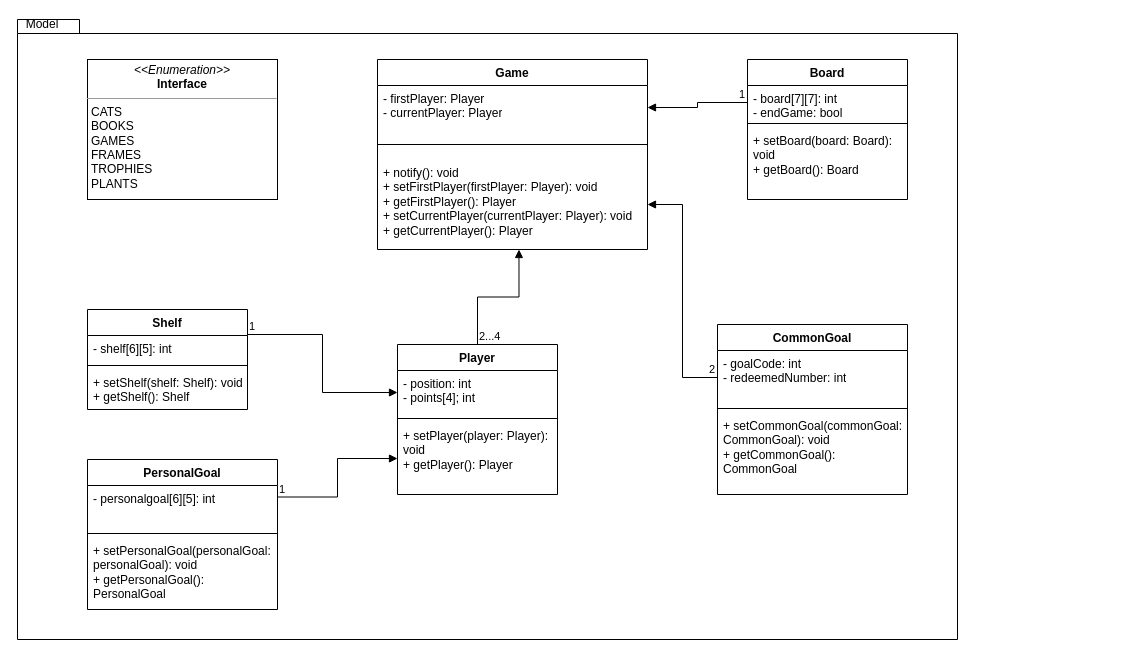
Luisi-Parsani-Simoncini-Zanardi/ing-sw-2023-luisi-parsani-simoncini-zanardi keeps this draw.io diagram as InitialUML.drawio. Above is the earlier version. Source tidied: cells renumbered, new cells numbered last; positions are measured from the earlier drawing's top-left corner, leaving out a move shared by most shapes. Both pictures are drawn from the tidied source at 100%, with x=0, y=0 at pixel (17, 19).
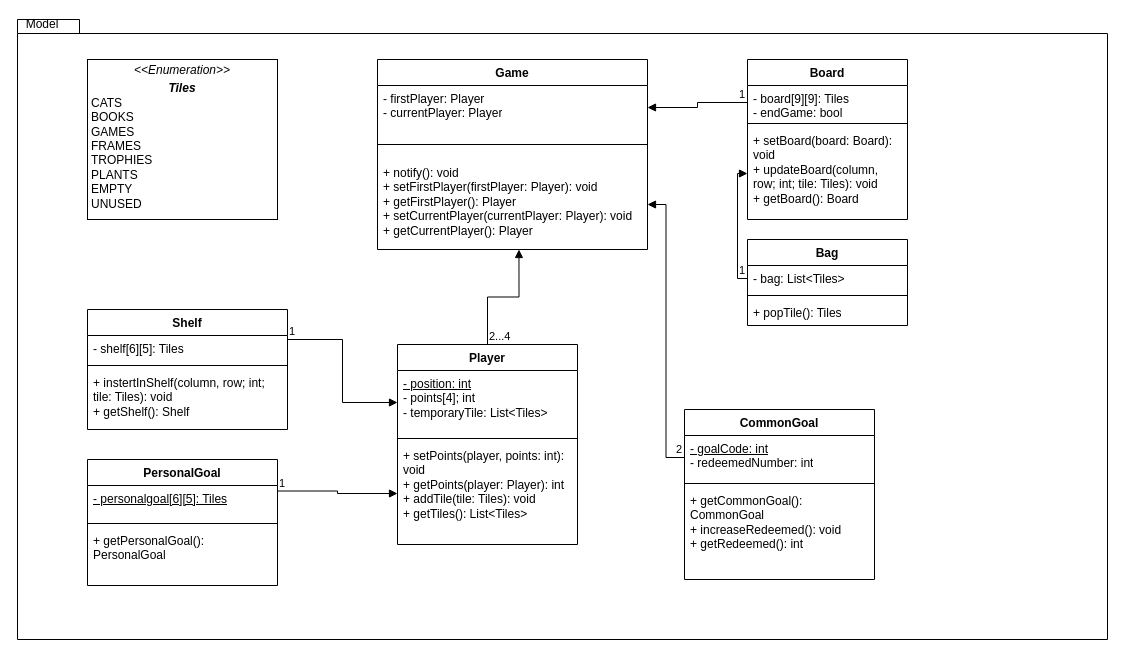
The same diagram, later.

Diff of the diagram source:
```diff
@@
+    <mxCell id="38" style="shape=folder;fontStyle=1;spacingTop=10;tabWidth=40;tabHeight=14;tabPosition=left;html=1;whiteSpace=wrap;fillColor=none;" parent="1" vertex="1">
+      <mxGeometry width="1090" height="620" as="geometry" />
+    </mxCell>
@@
     <mxCell id="6" value="Board" style="swimlane;fontStyle=1;align=center;verticalAlign=top;horizontal=1;startSize=26;whiteSpace=wrap;html=1;" parent="1" vertex="1">
-      <mxGeometry x="730" y="40" width="160" height="140" as="geometry" />
+      <mxGeometry x="730" y="40" width="160" height="160" as="geometry" />
     </mxCell>
-    <mxCell id="7" value="- board[7][7]: int&lt;br&gt;- endGame: bool" style="text;strokeColor=none;fillColor=none;align=left;verticalAlign=top;spacingLeft=4;spacingRight=4;overflow=hidden;points=[[0,0.5],[1,0.5]];portConstraint=eastwest;whiteSpace=wrap;html=1;" parent="6" vertex="1">
+    <mxCell id="7" value="- board[9][9]: Tiles&lt;br&gt;- endGame: bool" style="text;strokeColor=none;fillColor=none;align=left;verticalAlign=top;spacingLeft=4;spacingRight=4;overflow=hidden;points=[[0,0.5],[1,0.5]];portConstraint=eastwest;whiteSpace=wrap;html=1;" parent="6" vertex="1">
       <mxGeometry y="26" width="160" height="34" as="geometry" />
     </mxCell>
@@
-    <mxCell id="9" value="+ setBoard(board: Board): void&lt;br style=&quot;border-color: var(--border-color);&quot;&gt;+ getBoard(): Board" style="text;strokeColor=none;fillColor=none;align=left;verticalAlign=top;spacingLeft=4;spacingRight=4;overflow=hidden;points=[[0,0.5],[1,0.5]];portConstraint=eastwest;whiteSpace=wrap;html=1;" parent="6" vertex="1">
-      <mxGeometry y="68" width="160" height="72" as="geometry" />
+    <mxCell id="9" value="+ setBoard(board: Board): void&lt;br&gt;+ updateBoard(column, row; int; tile: Tiles): void&lt;br style=&quot;border-color: var(--border-color);&quot;&gt;+ getBoard(): Board" style="text;strokeColor=none;fillColor=none;align=left;verticalAlign=top;spacingLeft=4;spacingRight=4;overflow=hidden;points=[[0,0.5],[1,0.5]];portConstraint=eastwest;whiteSpace=wrap;html=1;" parent="6" vertex="1">
+      <mxGeometry y="68" width="160" height="92" as="geometry" />
     </mxCell>
@@
     <mxCell id="12" value="Shelf" style="swimlane;fontStyle=1;align=center;verticalAlign=top;horizontal=1;startSize=26;whiteSpace=wrap;html=1;" parent="1" vertex="1">
-      <mxGeometry x="70" y="290" width="160" height="100" as="geometry" />
+      <mxGeometry x="70" y="290" width="200" height="120" as="geometry" />
     </mxCell>
-    <mxCell id="13" value="- shelf[6][5]: int" style="text;strokeColor=none;fillColor=none;align=left;verticalAlign=top;spacingLeft=4;spacingRight=4;overflow=hidden;whiteSpace=wrap;html=1;" parent="12" vertex="1">
-      <mxGeometry y="26" width="160" height="26" as="geometry" />
+    <mxCell id="13" value="- shelf[6][5]: Tiles" style="text;strokeColor=none;fillColor=none;align=left;verticalAlign=top;spacingLeft=4;spacingRight=4;overflow=hidden;whiteSpace=wrap;html=1;" parent="12" vertex="1">
+      <mxGeometry y="26" width="200" height="26" as="geometry" />
     </mxCell>
     <mxCell id="14" style="line;strokeWidth=1;fillColor=none;align=left;verticalAlign=middle;spacingTop=-1;spacingLeft=3;spacingRight=3;labelPosition=right;strokeColor=inherit;" parent="12" vertex="1">
-      <mxGeometry y="52" width="160" height="8" as="geometry" />
+      <mxGeometry y="52" width="200" height="8" as="geometry" />
     </mxCell>
-    <mxCell id="15" value="+ setShelf(shelf: Shelf): void&lt;br style=&quot;border-color: var(--border-color);&quot;&gt;+ getShelf(): Shelf" style="text;strokeColor=none;fillColor=none;align=left;verticalAlign=top;spacingLeft=4;spacingRight=4;overflow=hidden;whiteSpace=wrap;html=1;" parent="12" vertex="1">
-      <mxGeometry y="60" width="160" height="40" as="geometry" />
+    <mxCell id="15" value="+ instertInShelf(column, row; int; tile: Tiles): void&lt;br style=&quot;border-color: var(--border-color);&quot;&gt;+ getShelf(): Shelf" style="text;strokeColor=none;fillColor=none;align=left;verticalAlign=top;spacingLeft=4;spacingRight=4;overflow=hidden;whiteSpace=wrap;html=1;" parent="12" vertex="1">
+      <mxGeometry y="60" width="200" height="60" as="geometry" />
     </mxCell>
@@
     <mxCell id="18" value="PersonalGoal" style="swimlane;fontStyle=1;align=center;verticalAlign=top;horizontal=1;startSize=26;whiteSpace=wrap;html=1;" parent="1" vertex="1">
-      <mxGeometry x="70" y="440" width="190" height="150" as="geometry" />
+      <mxGeometry x="70" y="440" width="190" height="126" as="geometry" />
     </mxCell>
-    <mxCell id="19" value="- personalgoal[6][5]: int" style="text;strokeColor=none;fillColor=none;align=left;verticalAlign=top;spacingLeft=4;spacingRight=4;overflow=hidden;whiteSpace=wrap;html=1;" parent="18" vertex="1">
-      <mxGeometry y="26" width="190" height="44" as="geometry" />
+    <mxCell id="19" value="&lt;u&gt;- personalgoal[6][5]: Tiles&lt;/u&gt;" style="text;strokeColor=none;fillColor=none;align=left;verticalAlign=top;spacingLeft=4;spacingRight=4;overflow=hidden;whiteSpace=wrap;html=1;" parent="18" vertex="1">
+      <mxGeometry y="26" width="190" height="34" as="geometry" />
     </mxCell>
     <mxCell id="20" style="line;strokeWidth=1;fillColor=none;align=left;verticalAlign=middle;spacingTop=-1;spacingLeft=3;spacingRight=3;labelPosition=right;strokeColor=inherit;" parent="18" vertex="1">
-      <mxGeometry y="70" width="190" height="8" as="geometry" />
+      <mxGeometry y="60" width="190" height="8" as="geometry" />
     </mxCell>
-    <mxCell id="21" value="+ setPersonalGoal(personalGoal: personalGoal): void&lt;br style=&quot;border-color: var(--border-color);&quot;&gt;+ getPersonalGoal(): PersonalGoal" style="text;strokeColor=none;fillColor=none;align=left;verticalAlign=top;spacingLeft=4;spacingRight=4;overflow=hidden;whiteSpace=wrap;html=1;" parent="18" vertex="1">
-      <mxGeometry y="78" width="190" height="72" as="geometry" />
+    <mxCell id="21" value="+ getPersonalGoal(): PersonalGoal" style="text;strokeColor=none;fillColor=none;align=left;verticalAlign=top;spacingLeft=4;spacingRight=4;overflow=hidden;whiteSpace=wrap;html=1;" parent="18" vertex="1">
+      <mxGeometry y="68" width="190" height="58" as="geometry" />
     </mxCell>
@@
     <mxCell id="24" value="CommonGoal" style="swimlane;fontStyle=1;align=center;verticalAlign=top;horizontal=1;startSize=26;whiteSpace=wrap;html=1;" parent="1" vertex="1">
-      <mxGeometry x="700" y="305" width="190" height="170" as="geometry" />
+      <mxGeometry x="667" y="390" width="190" height="170" as="geometry" />
     </mxCell>
-    <mxCell id="25" value="- goalCode: int&lt;br&gt;- redeemedNumber: int" style="text;strokeColor=none;fillColor=none;align=left;verticalAlign=top;spacingLeft=4;spacingRight=4;overflow=hidden;points=[[0,0.5],[1,0.5]];portConstraint=eastwest;whiteSpace=wrap;html=1;" parent="24" vertex="1">
-      <mxGeometry y="26" width="190" height="54" as="geometry" />
+    <mxCell id="25" value="&lt;u&gt;- goalCode: int&lt;/u&gt;&lt;br&gt;- redeemedNumber: int" style="text;strokeColor=none;fillColor=none;align=left;verticalAlign=top;spacingLeft=4;spacingRight=4;overflow=hidden;points=[[0,0.5],[1,0.5]];portConstraint=eastwest;whiteSpace=wrap;html=1;" parent="24" vertex="1">
+      <mxGeometry y="26" width="190" height="44" as="geometry" />
     </mxCell>
     <mxCell id="26" style="line;strokeWidth=1;fillColor=none;align=left;verticalAlign=middle;spacingTop=-1;spacingLeft=3;spacingRight=3;labelPosition=right;strokeColor=inherit;" parent="24" vertex="1">
-      <mxGeometry y="80" width="190" height="8" as="geometry" />
+      <mxGeometry y="70" width="190" height="8" as="geometry" />
     </mxCell>
-    <mxCell id="27" value="+ setCommonGoal(commonGoal: CommonGoal): void&lt;br style=&quot;border-color: var(--border-color);&quot;&gt;+ getCommonGoal(): CommonGoal" style="text;strokeColor=none;fillColor=none;align=left;verticalAlign=top;spacingLeft=4;spacingRight=4;overflow=hidden;whiteSpace=wrap;html=1;" parent="24" vertex="1">
-      <mxGeometry y="88" width="190" height="82" as="geometry" />
+    <mxCell id="27" value="+ getCommonGoal(): CommonGoal&lt;br&gt;+ increaseRedeemed(): void&lt;br style=&quot;border-color: var(--border-color);&quot;&gt;+ getRedeemed(): int" style="text;strokeColor=none;fillColor=none;align=left;verticalAlign=top;spacingLeft=4;spacingRight=4;overflow=hidden;whiteSpace=wrap;html=1;" parent="24" vertex="1">
+      <mxGeometry y="78" width="190" height="92" as="geometry" />
     </mxCell>
@@
     <mxCell id="30" value="Player" style="swimlane;fontStyle=1;align=center;verticalAlign=top;horizontal=1;startSize=26;whiteSpace=wrap;html=1;" parent="1" vertex="1">
-      <mxGeometry x="380" y="325" width="160" height="150" as="geometry" />
+      <mxGeometry x="380" y="325" width="180" height="200" as="geometry" />
     </mxCell>
@@
-    <mxCell id="32" value="- position: int&lt;br&gt;- points[4]; int" style="text;strokeColor=none;fillColor=none;align=left;verticalAlign=top;spacingLeft=4;spacingRight=4;overflow=hidden;points=[[0,0.5],[1,0.5]];portConstraint=eastwest;whiteSpace=wrap;html=1;" parent="30" vertex="1">
-      <mxGeometry y="26" width="160" height="44" as="geometry" />
+    <mxCell id="32" value="&lt;u&gt;- position: int&lt;/u&gt;&lt;br&gt;- points[4]; int&lt;br&gt;- temporaryTile: List&amp;lt;Tiles&amp;gt;&amp;nbsp;&amp;nbsp;" style="text;strokeColor=none;fillColor=none;align=left;verticalAlign=top;spacingLeft=4;spacingRight=4;overflow=hidden;points=[[0,0.5],[1,0.5]];portConstraint=eastwest;whiteSpace=wrap;html=1;" parent="30" vertex="1">
+      <mxGeometry y="26" width="180" height="64" as="geometry" />
     </mxCell>
     <mxCell id="33" style="line;strokeWidth=1;fillColor=none;align=left;verticalAlign=middle;spacingTop=-1;spacingLeft=3;spacingRight=3;labelPosition=right;strokeColor=inherit;" parent="30" vertex="1">
-      <mxGeometry y="70" width="160" height="8" as="geometry" />
+      <mxGeometry y="90" width="180" height="8" as="geometry" />
     </mxCell>
-    <mxCell id="34" value="+ setPlayer(player: Player): void&lt;br style=&quot;border-color: var(--border-color);&quot;&gt;+ getPlayer(): Player" style="text;strokeColor=none;fillColor=none;align=left;verticalAlign=top;spacingLeft=4;spacingRight=4;overflow=hidden;points=[[0,0.5],[1,0.5]];portConstraint=eastwest;whiteSpace=wrap;html=1;" parent="30" vertex="1">
-      <mxGeometry y="78" width="160" height="72" as="geometry" />
+    <mxCell id="34" value="+ setPoints(player, points: int): void&lt;br style=&quot;border-color: var(--border-color);&quot;&gt;+ getPoints(player: Player): int&lt;br&gt;+ addTile(tile: Tiles): void&lt;br style=&quot;border-color: var(--border-color);&quot;&gt;+ getTiles(): List&amp;lt;Tiles&amp;gt;" style="text;strokeColor=none;fillColor=none;align=left;verticalAlign=top;spacingLeft=4;spacingRight=4;overflow=hidden;points=[[0,0.5],[1,0.5]];portConstraint=eastwest;whiteSpace=wrap;html=1;" parent="30" vertex="1">
+      <mxGeometry y="98" width="180" height="102" as="geometry" />
     </mxCell>
@@
-    <mxCell id="37" value="&lt;p style=&quot;margin:0px;margin-top:4px;text-align:center;&quot;&gt;&lt;i&gt;&amp;lt;&amp;lt;Enumeration&amp;gt;&amp;gt;&lt;/i&gt;&lt;br&gt;&lt;b&gt;Interface&lt;/b&gt;&lt;/p&gt;&lt;hr size=&quot;1&quot;&gt;&lt;p style=&quot;margin:0px;margin-left:4px;&quot;&gt;CATS&lt;/p&gt;&lt;p style=&quot;margin:0px;margin-left:4px;&quot;&gt;BOOKS&lt;/p&gt;&lt;p style=&quot;margin:0px;margin-left:4px;&quot;&gt;GAMES&lt;/p&gt;&lt;p style=&quot;margin:0px;margin-left:4px;&quot;&gt;FRAMES&lt;/p&gt;&lt;p style=&quot;margin:0px;margin-left:4px;&quot;&gt;TROPHIES&lt;/p&gt;&lt;p style=&quot;margin:0px;margin-left:4px;&quot;&gt;PLANTS&lt;/p&gt;" style="verticalAlign=top;align=left;overflow=fill;fontSize=12;fontFamily=Helvetica;html=1;whiteSpace=wrap;" parent="1" vertex="1">
-      <mxGeometry x="70" y="40" width="190" height="140" as="geometry" />
+    <mxCell id="37" value="&lt;p style=&quot;margin:0px;margin-top:4px;text-align:center;&quot;&gt;&lt;i&gt;&amp;lt;&amp;lt;Enumeration&amp;gt;&amp;gt;&lt;/i&gt;&lt;/p&gt;&lt;p style=&quot;margin:0px;margin-top:4px;text-align:center;&quot;&gt;&lt;i&gt;&lt;b&gt;Tiles&lt;/b&gt;&lt;/i&gt;&lt;br&gt;&lt;/p&gt;&lt;p style=&quot;margin:0px;margin-left:4px;&quot;&gt;CATS&lt;/p&gt;&lt;p style=&quot;margin:0px;margin-left:4px;&quot;&gt;BOOKS&lt;/p&gt;&lt;p style=&quot;margin:0px;margin-left:4px;&quot;&gt;GAMES&lt;/p&gt;&lt;p style=&quot;margin:0px;margin-left:4px;&quot;&gt;FRAMES&lt;/p&gt;&lt;p style=&quot;margin:0px;margin-left:4px;&quot;&gt;TROPHIES&lt;/p&gt;&lt;p style=&quot;margin:0px;margin-left:4px;&quot;&gt;PLANTS&lt;/p&gt;&lt;p style=&quot;margin:0px;margin-left:4px;&quot;&gt;EMPTY&lt;/p&gt;&lt;p style=&quot;margin:0px;margin-left:4px;&quot;&gt;UNUSED&lt;/p&gt;" style="verticalAlign=top;align=left;overflow=fill;fontSize=12;fontFamily=Helvetica;html=1;whiteSpace=wrap;" parent="1" vertex="1">
+      <mxGeometry x="70" y="40" width="190" height="160" as="geometry" />
     </mxCell>
-    <mxCell id="38" style="shape=folder;fontStyle=1;spacingTop=10;tabWidth=40;tabHeight=14;tabPosition=left;html=1;whiteSpace=wrap;fillColor=none;" parent="1" vertex="1">
-      <mxGeometry width="940" height="620" as="geometry" />
-    </mxCell>
@@
+    <mxCell id="40" value="Bag" style="swimlane;fontStyle=1;align=center;verticalAlign=top;horizontal=1;startSize=26;whiteSpace=wrap;html=1;" parent="1" vertex="1">
+      <mxGeometry x="730" y="220" width="160" height="86" as="geometry" />
+    </mxCell>
+    <mxCell id="41" value="- bag: List&amp;lt;Tiles&amp;gt;" style="text;strokeColor=none;fillColor=none;align=left;verticalAlign=top;spacingLeft=4;spacingRight=4;overflow=hidden;points=[[0,0.5],[1,0.5]];portConstraint=eastwest;whiteSpace=wrap;html=1;" parent="40" vertex="1">
+      <mxGeometry y="26" width="160" height="26" as="geometry" />
+    </mxCell>
+    <mxCell id="42" style="line;strokeWidth=1;fillColor=none;align=left;verticalAlign=middle;spacingTop=-1;spacingLeft=3;spacingRight=3;labelPosition=right;strokeColor=inherit;" parent="40" vertex="1">
+      <mxGeometry y="52" width="160" height="8" as="geometry" />
+    </mxCell>
+    <mxCell id="43" value="+ popTile(): Tiles" style="text;strokeColor=none;fillColor=none;align=left;verticalAlign=top;spacingLeft=4;spacingRight=4;overflow=hidden;whiteSpace=wrap;html=1;" parent="40" vertex="1">
+      <mxGeometry y="60" width="160" height="26" as="geometry" />
+    </mxCell>
+    <mxCell id="44" style="endArrow=block;endFill=1;html=1;edgeStyle=orthogonalEdgeStyle;align=left;verticalAlign=top;rounded=0;exitX=0;exitY=0.5;exitDx=0;exitDy=0;entryX=0;entryY=0.5;entryDx=0;entryDy=0;" parent="1" edge="1" source="41" target="9">
+      <mxGeometry x="-1" relative="1" as="geometry" />
+    </mxCell>
+    <mxCell id="45" value="1" style="edgeLabel;html=1;align=left;verticalAlign=bottom;" parent="44" vertex="1">
+      <mxGeometry x="-1" relative="1" as="geometry">
+        <mxPoint x="-10" as="offset" />
+      </mxGeometry>
+    </mxCell>
```
